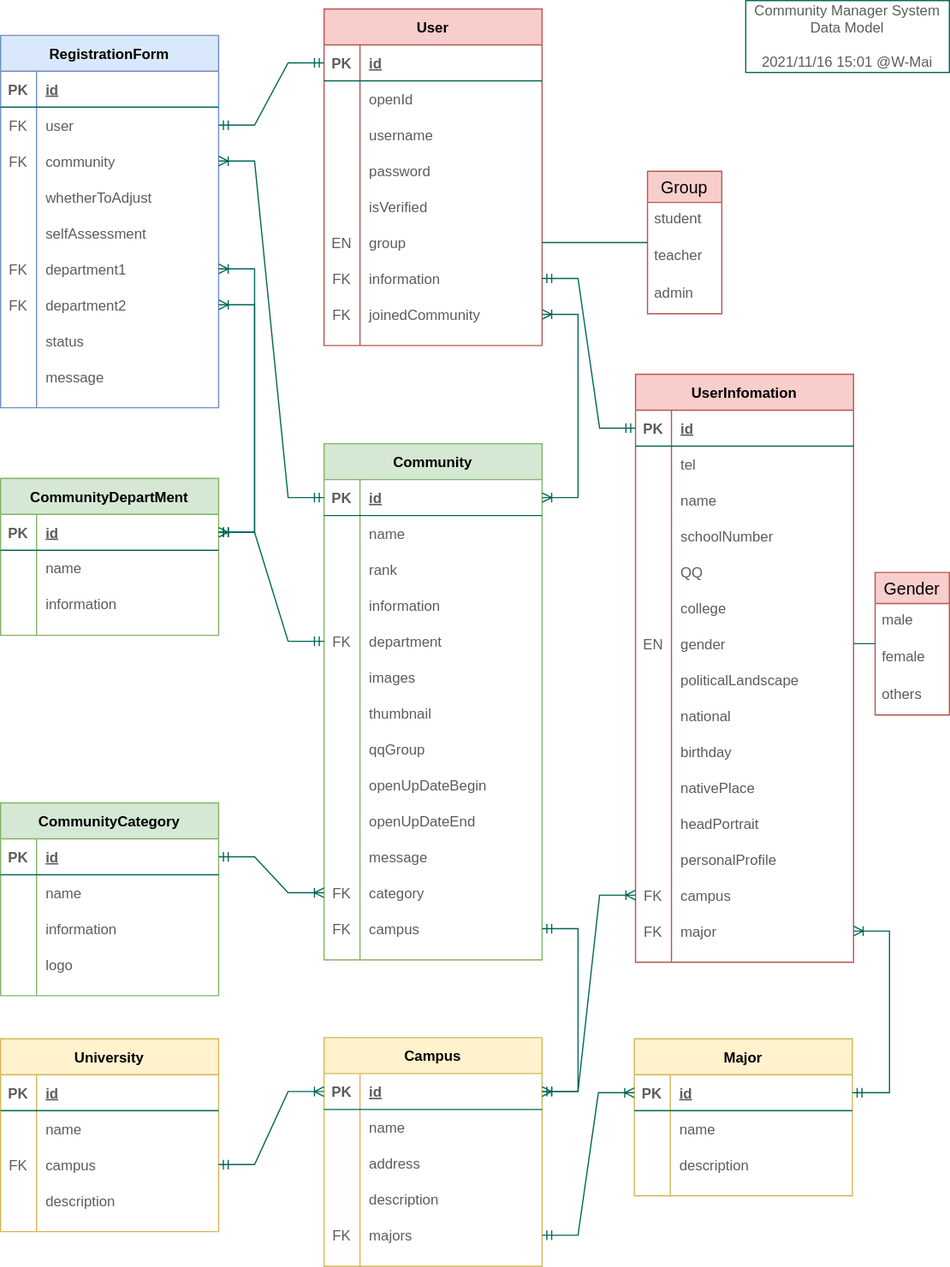
The draw.io diagram server/dbmodel.drawio.svg in W-Mai/CommunityServicePlatform, before a commit. Source tidied: cells renumbered, new cells last; positions are measured from the earlier drawing's top-left corner, leaving out a move shared by most shapes.
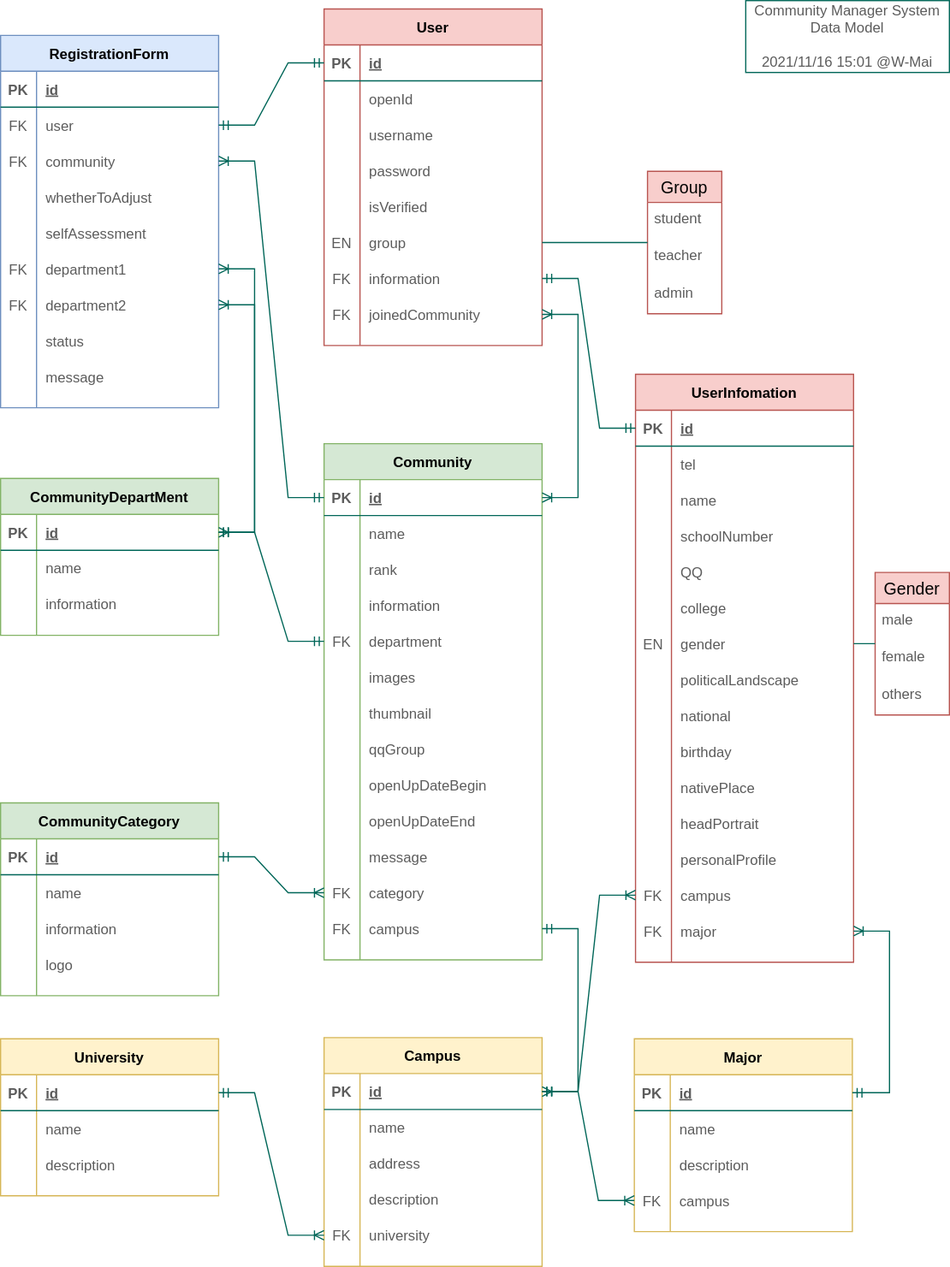
Later version of the same file.

What changed in the source:
```diff
@@ -219,7 +219,7 @@
       <mxGeometry relative="1" as="geometry" />
     </mxCell>
     <mxCell id="74" value="University" style="shape=table;startSize=30;rowLines=0;fontStyle=1;align=center;fillColor=#fff2cc;strokeColor=#d6b656;" parent="1" vertex="1">
-      <mxGeometry y="867" width="182" height="161" as="geometry" />
+      <mxGeometry y="867" width="182" height="131" as="geometry" />
     </mxCell>
     <mxCell id="75" style="shape=partialRectangle;fillColor=none;top=0;left=0;bottom=1;right=0;points=[[0,0.5],[1,0.5]];portConstraint=eastwest;strokeColor=#006658;fontColor=#5C5C5C;" parent="74" vertex="1">
       <mxGeometry y="30" width="182" height="30" as="geometry" />
@@ -239,17 +239,8 @@
     <mxCell id="80" value="name" style="shape=partialRectangle;fillColor=none;top=0;left=0;bottom=0;right=0;align=left;spacingLeft=6;overflow=hidden;strokeColor=#006658;fontColor=#5C5C5C;" parent="78" vertex="1">
       <mxGeometry x="30" width="152" height="30" as="geometry" />
     </mxCell>
-    <mxCell id="81" style="shape=partialRectangle;fillColor=none;top=0;left=0;bottom=0;right=0;points=[[0,0.5],[1,0.5]];portConstraint=eastwest;strokeColor=#006658;fontColor=#5C5C5C;" parent="74" vertex="1">
-      <mxGeometry y="90" width="182" height="30" as="geometry" />
-    </mxCell>
-    <mxCell id="82" value="FK" style="shape=partialRectangle;fillColor=none;top=0;left=0;bottom=0;right=0;overflow=hidden;strokeColor=#006658;fontColor=#5C5C5C;" parent="81" vertex="1">
-      <mxGeometry width="30" height="30" as="geometry" />
-    </mxCell>
-    <mxCell id="83" value="campus" style="shape=partialRectangle;fillColor=none;top=0;left=0;bottom=0;right=0;align=left;spacingLeft=6;overflow=hidden;strokeColor=#006658;fontColor=#5C5C5C;" parent="81" vertex="1">
-      <mxGeometry x="30" width="152" height="30" as="geometry" />
-    </mxCell>
     <mxCell id="84" style="shape=partialRectangle;fillColor=none;top=0;left=0;bottom=0;right=0;strokeColor=#006658;fontColor=#5C5C5C;" parent="74" vertex="1">
-      <mxGeometry y="120" width="182" height="30" as="geometry" />
+      <mxGeometry y="90" width="182" height="30" as="geometry" />
     </mxCell>
     <mxCell id="85" style="shape=partialRectangle;fillColor=none;top=0;left=0;bottom=0;right=0;overflow=hidden;strokeColor=#006658;fontColor=#5C5C5C;" parent="84" vertex="1">
       <mxGeometry width="30" height="30" as="geometry" />
@@ -296,20 +287,17 @@
     <mxCell id="99" value="description" style="shape=partialRectangle;fillColor=none;top=0;left=0;bottom=0;right=0;align=left;spacingLeft=6;overflow=hidden;strokeColor=#006658;fontColor=#5C5C5C;" parent="97" vertex="1">
       <mxGeometry x="30" width="152" height="30" as="geometry" />
     </mxCell>
-    <mxCell id="100" style="shape=partialRectangle;fillColor=none;top=0;left=0;bottom=0;right=0;points=[[0,0.5],[1,0.5]];portConstraint=eastwest;strokeColor=#006658;fontColor=#5C5C5C;" parent="87" vertex="1">
-      <mxGeometry y="150" width="182" height="30" as="geometry" />
-    </mxCell>
-    <mxCell id="101" value="FK" style="shape=partialRectangle;fillColor=none;top=0;left=0;bottom=0;right=0;overflow=hidden;strokeColor=#006658;fontColor=#5C5C5C;" parent="100" vertex="1">
-      <mxGeometry width="30" height="30" as="geometry" />
-    </mxCell>
-    <mxCell id="102" value="majors" style="shape=partialRectangle;fillColor=none;top=0;left=0;bottom=0;right=0;align=left;spacingLeft=6;overflow=hidden;strokeColor=#006658;fontColor=#5C5C5C;" parent="100" vertex="1">
-      <mxGeometry x="30" width="152" height="30" as="geometry" />
-    </mxCell>
-    <mxCell id="103" style="edgeStyle=entityRelationEdgeStyle;fontSize=12;html=1;endArrow=ERoneToMany;startArrow=ERmandOne;rounded=0;strokeColor=#006658;fontColor=#5C5C5C;" parent="1" edge="1" source="81" target="88">
-      <mxGeometry relative="1" as="geometry" />
-    </mxCell>
+    <mxCell id="81" style="shape=partialRectangle;fillColor=none;top=0;left=0;bottom=0;right=0;points=[[0,0.5],[1,0.5]];portConstraint=eastwest;strokeColor=#006658;fontColor=#5C5C5C;" parent="87" vertex="1">
+      <mxGeometry y="150" width="182" height="30" as="geometry" />
+    </mxCell>
+    <mxCell id="82" value="FK" style="shape=partialRectangle;fillColor=none;top=0;left=0;bottom=0;right=0;overflow=hidden;strokeColor=#006658;fontColor=#5C5C5C;" parent="81" vertex="1">
+      <mxGeometry width="30" height="30" as="geometry" />
+    </mxCell>
+    <mxCell id="83" value="university" style="shape=partialRectangle;fillColor=none;top=0;left=0;bottom=0;right=0;align=left;spacingLeft=6;overflow=hidden;strokeColor=#006658;fontColor=#5C5C5C;" parent="81" vertex="1">
+      <mxGeometry x="30" width="152" height="30" as="geometry" />
+    </mxCell>
     <mxCell id="104" value="Major" style="shape=table;startSize=30;rowLines=0;fontStyle=1;align=center;fillColor=#fff2cc;strokeColor=#d6b656;" parent="1" vertex="1">
-      <mxGeometry x="529" y="867" width="182" height="131" as="geometry" />
+      <mxGeometry x="529" y="867" width="182" height="161" as="geometry" />
     </mxCell>
     <mxCell id="105" style="shape=partialRectangle;fillColor=none;top=0;left=0;bottom=1;right=0;points=[[0,0.5],[1,0.5]];portConstraint=eastwest;strokeColor=#006658;fontColor=#5C5C5C;" parent="104" vertex="1">
       <mxGeometry y="30" width="182" height="30" as="geometry" />
@@ -338,9 +326,15 @@
     <mxCell id="113" value="description" style="shape=partialRectangle;fillColor=none;top=0;left=0;bottom=0;right=0;align=left;spacingLeft=6;overflow=hidden;strokeColor=#006658;fontColor=#5C5C5C;" parent="111" vertex="1">
       <mxGeometry x="30" width="152" height="30" as="geometry" />
     </mxCell>
-    <mxCell id="114" style="edgeStyle=entityRelationEdgeStyle;fontSize=12;html=1;endArrow=ERoneToMany;startArrow=ERmandOne;rounded=0;strokeColor=#006658;fontColor=#5C5C5C;" parent="1" edge="1" source="100" target="105">
-      <mxGeometry relative="1" as="geometry" />
-    </mxCell>
+    <mxCell id="227" style="shape=partialRectangle;fillColor=none;top=0;left=0;bottom=0;right=0;points=[[0,0.5],[1,0.5]];portConstraint=eastwest;strokeColor=#006658;fontColor=#5C5C5C;" parent="104" vertex="1">
+      <mxGeometry y="120" width="182" height="30" as="geometry" />
+    </mxCell>
+    <mxCell id="101" value="FK" style="shape=partialRectangle;fillColor=none;top=0;left=0;bottom=0;right=0;overflow=hidden;strokeColor=#006658;fontColor=#5C5C5C;" parent="227" vertex="1">
+      <mxGeometry width="30" height="30" as="geometry" />
+    </mxCell>
+    <mxCell id="228" value="campus" style="shape=partialRectangle;fillColor=none;top=0;left=0;bottom=0;right=0;align=left;spacingLeft=6;overflow=hidden;strokeColor=#006658;fontColor=#5C5C5C;" parent="227" vertex="1">
+      <mxGeometry x="30" width="152" height="30" as="geometry" />
+    </mxCell>
     <mxCell id="115" value="Gender" style="swimlane;fontStyle=0;horizontal=1;startSize=26;align=center;fontSize=14;rounded=0;strokeColor=#b85450;fillColor=#f8cecc;" parent="1" vertex="1">
       <mxGeometry x="730" y="477.5" width="62" height="119" as="geometry" />
     </mxCell>
@@ -677,5 +671,11 @@
     <mxCell id="226" style="edgeStyle=entityRelationEdgeStyle;fontSize=12;html=1;endArrow=ERoneToMany;startArrow=ERmandOne;rounded=0;strokeColor=#006658;fontColor=#5C5C5C;" parent="1" edge="1" source="162" target="88">
       <mxGeometry relative="1" as="geometry" />
     </mxCell>
+    <mxCell id="229" style="edgeStyle=entityRelationEdgeStyle;fontSize=12;html=1;endArrow=ERoneToMany;startArrow=ERmandOne;rounded=0;strokeColor=#006658;fontColor=#5C5C5C;" parent="1" edge="1" source="75" target="81">
+      <mxGeometry relative="1" as="geometry" />
+    </mxCell>
+    <mxCell id="230" style="edgeStyle=entityRelationEdgeStyle;fontSize=12;html=1;endArrow=ERoneToMany;startArrow=ERmandOne;rounded=0;strokeColor=#006658;fontColor=#5C5C5C;" parent="1" edge="1" source="88" target="227">
+      <mxGeometry relative="1" as="geometry" />
+    </mxCell>
   </root>
 </mxGraphModel>
```
